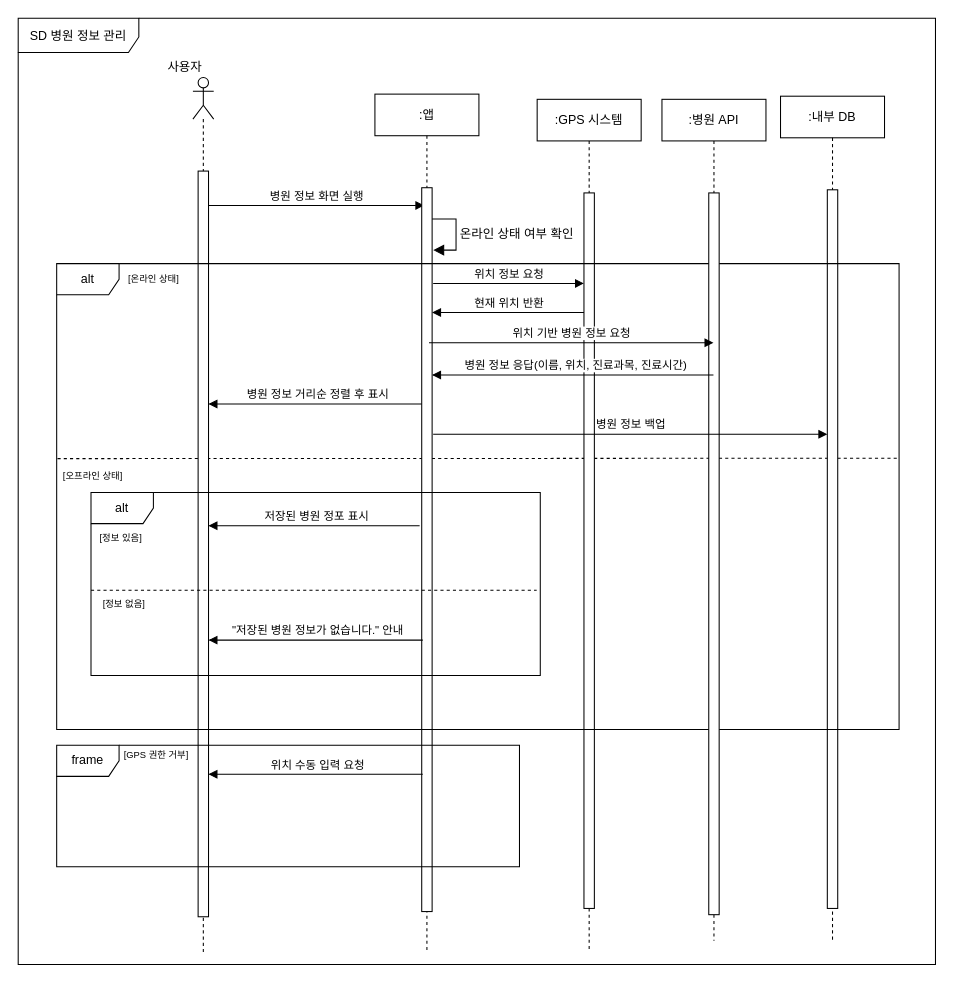
Earlier version of the draw.io diagram page "병원 정보 관리" (5 of 6) of sd.drawio (wnthsk/sejujun). Source tidied: cells renumbered, new cells numbered last; positions are measured from the earlier drawing's top-left corner, leaving out a move shared by most shapes. Both pictures are drawn from the tidied source at 104%, with x=0, y=0 at pixel (18, 18).
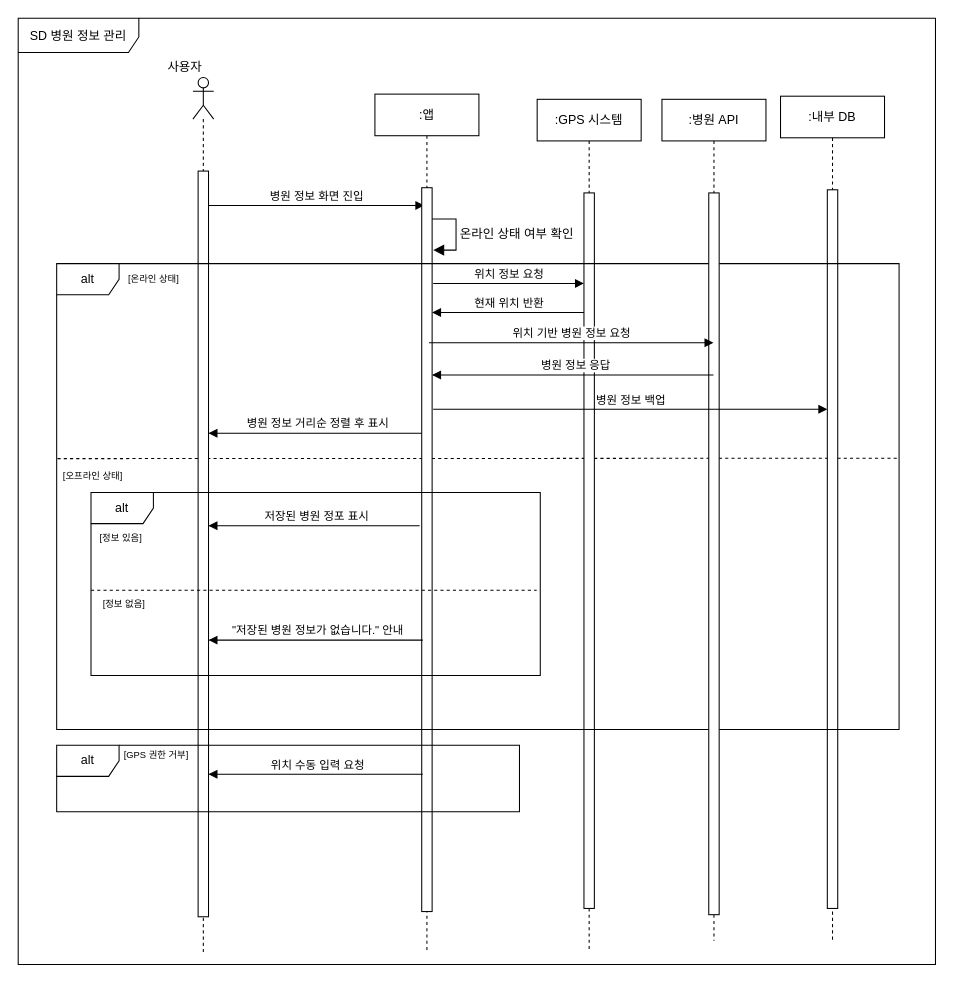
The same diagram, later.

The change refers to these unchanged cells:
```xml
<mxCell id="8" style="html=1;points=[[0,0,0,0,5],[0,1,0,0,-5],[1,0,0,0,5],[1,1,0,0,-5]];perimeter=orthogonalPerimeter;outlineConnect=0;targetShapes=umlLifeline;portConstraint=eastwest;newEdgeStyle={&quot;curved&quot;:0,&quot;rounded&quot;:0};" parent="7" vertex="1">
  <mxGeometry x="45" y="90" width="10" height="696" as="geometry" />
</mxCell>
<mxCell id="11" style="html=1;points=[[0,0,0,0,5],[0,1,0,0,-5],[1,0,0,0,5],[1,1,0,0,-5]];perimeter=orthogonalPerimeter;outlineConnect=0;targetShapes=umlLifeline;portConstraint=eastwest;newEdgeStyle={&quot;curved&quot;:0,&quot;rounded&quot;:0};" parent="10" vertex="1">
  <mxGeometry x="5" y="90" width="10" height="717" as="geometry" />
</mxCell>
<mxCell id="15" style="html=1;points=[[0,0,0,0,5],[0,1,0,0,-5],[1,0,0,0,5],[1,1,0,0,-5]];perimeter=orthogonalPerimeter;outlineConnect=0;targetShapes=umlLifeline;portConstraint=eastwest;newEdgeStyle={&quot;curved&quot;:0,&quot;rounded&quot;:0};" parent="14" vertex="1">
  <mxGeometry x="45" y="90" width="10" height="691" as="geometry" />
</mxCell>
```

Change to the diagram source:
```diff
@@
-    <mxCell id="4" value="병원 정보 화면 실행" style="html=1;verticalAlign=bottom;endArrow=block;curved=0;rounded=0;" parent="1" edge="1" source="11">
+    <mxCell id="4" value="병원 정보 화면 진입" style="html=1;verticalAlign=bottom;endArrow=block;curved=0;rounded=0;" parent="1" edge="1" source="11">
       <mxGeometry relative="1" as="geometry">
         <mxPoint x="390.5" y="180" as="targetPoint" />
       </mxGeometry>
     </mxCell>
@@
-    <mxCell id="22" value="병원 정보 응답(이름, 위치, 진료과목, 진료시간)" style="html=1;verticalAlign=bottom;endArrow=block;curved=0;rounded=0;" parent="1" edge="1">
+    <mxCell id="22" value="병원 정보 응답" style="html=1;verticalAlign=bottom;endArrow=block;curved=0;rounded=0;" parent="1" edge="1">
       <mxGeometry x="-0.02" relative="1" as="geometry">
         <mxPoint x="668.5" y="343" as="sourcePoint" />
         <mxPoint x="398" y="343" as="targetPoint" />
         <Array as="points">
           <mxPoint x="399" y="343" />
         </Array>
       </mxGeometry>
     </mxCell>
-    <mxCell id="23" value="병원 정보 거리순 정렬 후 표시" style="html=1;verticalAlign=bottom;endArrow=block;curved=0;rounded=0;" parent="1" edge="1" source="8">
+    <mxCell id="23" value="병원 정보 거리순 정렬 후 표시" style="html=1;verticalAlign=bottom;endArrow=block;curved=0;rounded=0;" parent="1" edge="1">
       <mxGeometry x="-0.02" relative="1" as="geometry">
-        <mxPoint x="183" y="371" as="targetPoint" />
+        <mxPoint x="388" y="399" as="sourcePoint" />
+        <mxPoint x="183" y="399" as="targetPoint" />
         <Array as="points">
-          <mxPoint x="184" y="371" />
+          <mxPoint x="184" y="399" />
         </Array>
       </mxGeometry>
     </mxCell>
-    <mxCell id="24" value="병원 정보 백업" style="html=1;verticalAlign=bottom;endArrow=block;curved=0;rounded=0;" parent="1" edge="1" target="15">
+    <mxCell id="24" value="병원 정보 백업" style="html=1;verticalAlign=bottom;endArrow=block;curved=0;rounded=0;" parent="1" edge="1">
       <mxGeometry relative="1" as="geometry">
-        <mxPoint x="399" y="400" as="sourcePoint" />
+        <mxPoint x="399" y="376" as="sourcePoint" />
+        <mxPoint x="778" y="376" as="targetPoint" />
       </mxGeometry>
     </mxCell>
@@
-    <mxCell id="32" value="frame" style="shape=umlFrame;whiteSpace=wrap;html=1;" parent="1" vertex="1">
-      <mxGeometry x="37" y="699" width="445" height="117" as="geometry" />
+    <mxCell id="32" value="alt" style="shape=umlFrame;whiteSpace=wrap;html=1;" parent="1" vertex="1">
+      <mxGeometry x="37" y="699" width="445" height="64" as="geometry" />
     </mxCell>
```
